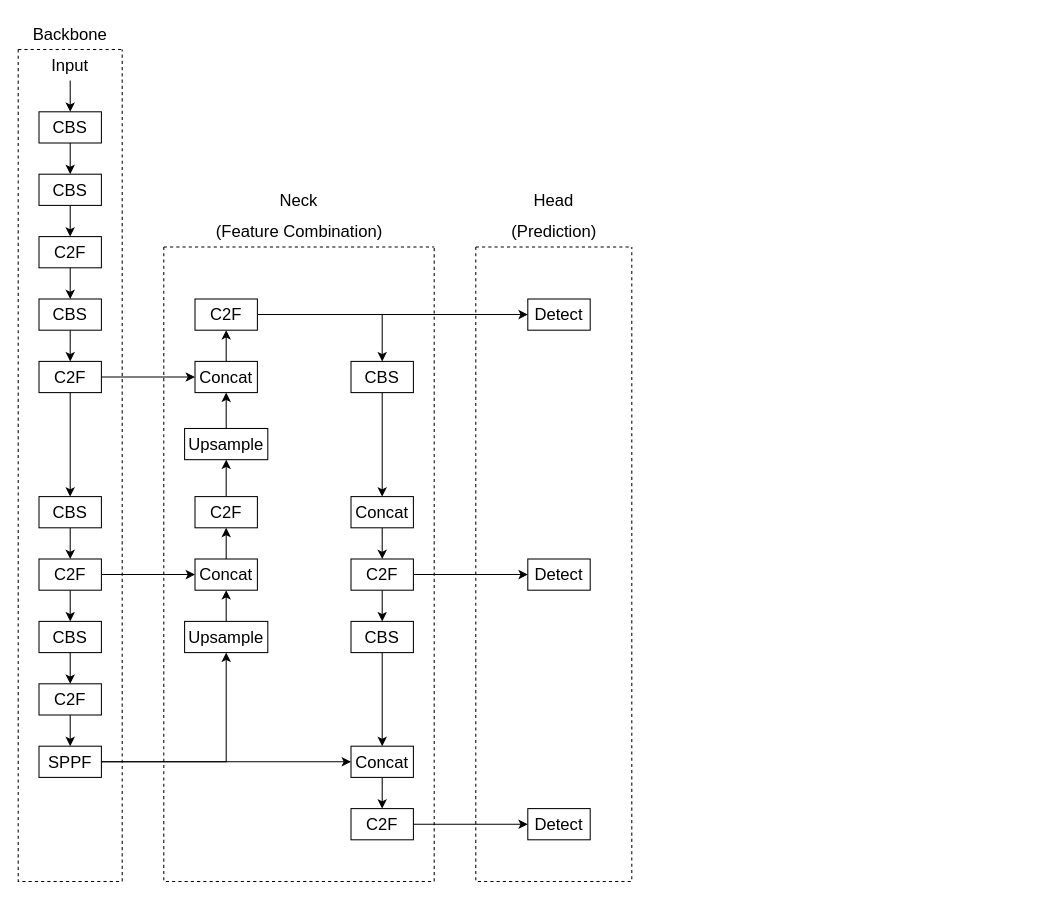
GDSFASF/ChatGPT-Next-Web keeps this draw.io diagram as 未命名绘图.drawio. Above is the earlier version. Source tidied: cells renumbered, new cells numbered last; positions are measured from the earlier drawing's top-left corner, leaving out a move shared by most shapes. Both pictures are drawn from the tidied source at 104%, with x=0, y=0 at pixel (18, 18).
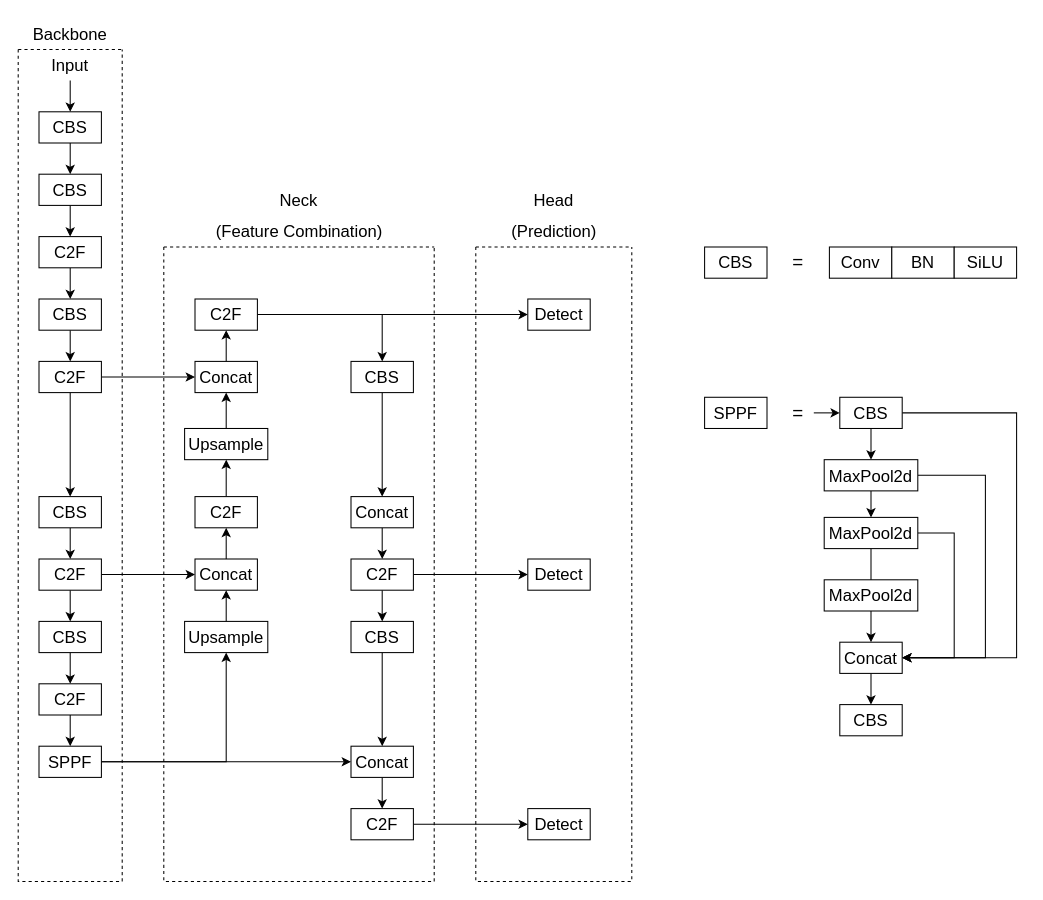
The same page after the edit.

Diff of the diagram source:
```diff
@@
+    <mxCell id="64" value="CBS" style="rounded=0;whiteSpace=wrap;html=1;fontSize=16;" parent="1" vertex="1">
+      <mxGeometry x="660" y="220" width="60" height="30" as="geometry" />
+    </mxCell>
+    <mxCell id="65" value="Conv" style="rounded=0;whiteSpace=wrap;html=1;fontSize=16;" parent="1" vertex="1">
+      <mxGeometry x="780" y="220" width="60" height="30" as="geometry" />
+    </mxCell>
+    <mxCell id="66" value="BN" style="rounded=0;whiteSpace=wrap;html=1;fontSize=16;" parent="1" vertex="1">
+      <mxGeometry x="840" y="220" width="60" height="30" as="geometry" />
+    </mxCell>
+    <mxCell id="67" value="SiLU" style="rounded=0;whiteSpace=wrap;html=1;fontSize=16;" parent="1" vertex="1">
+      <mxGeometry x="900" y="220" width="60" height="30" as="geometry" />
+    </mxCell>
+    <mxCell id="68" value="&lt;font style=&quot;font-size: 18px;&quot;&gt;=&lt;/font&gt;" style="text;html=1;align=center;verticalAlign=middle;whiteSpace=wrap;rounded=0;" parent="1" vertex="1">
+      <mxGeometry x="720" y="220" width="60" height="30" as="geometry" />
+    </mxCell>
+    <mxCell id="69" value="SPPF" style="rounded=0;whiteSpace=wrap;html=1;fontSize=16;" parent="1" vertex="1">
+      <mxGeometry x="660" y="364.5" width="60" height="30" as="geometry" />
+    </mxCell>
+    <mxCell id="70" style="edgeStyle=orthogonalEdgeStyle;rounded=0;jettySize=auto;html=1;exitX=1;exitY=0.5;exitDx=0;exitDy=0;entryX=0;entryY=0.5;entryDx=0;entryDy=0;" parent="1" edge="1" source="71" target="74">
+      <mxGeometry relative="1" as="geometry" />
+    </mxCell>
+    <mxCell id="71" value="&lt;font style=&quot;font-size: 18px;&quot;&gt;=&lt;/font&gt;" style="text;html=1;align=center;verticalAlign=middle;whiteSpace=wrap;rounded=0;" parent="1" vertex="1">
+      <mxGeometry x="735" y="364.5" width="30" height="30" as="geometry" />
+    </mxCell>
+    <mxCell id="72" style="edgeStyle=orthogonalEdgeStyle;rounded=0;jettySize=auto;html=1;exitX=0.5;exitY=1;exitDx=0;exitDy=0;entryX=0.5;entryY=0;entryDx=0;entryDy=0;" parent="1" edge="1" source="74" target="77">
+      <mxGeometry relative="1" as="geometry" />
+    </mxCell>
+    <mxCell id="73" style="edgeStyle=orthogonalEdgeStyle;rounded=0;jettySize=auto;html=1;exitX=1;exitY=0.5;exitDx=0;exitDy=0;entryX=1;entryY=0.5;entryDx=0;entryDy=0;" parent="1" edge="1" source="74" target="83">
+      <mxGeometry relative="1" as="geometry">
+        <Array as="points">
+          <mxPoint x="960" y="380" />
+          <mxPoint x="960" y="615" />
+        </Array>
+      </mxGeometry>
+    </mxCell>
+    <mxCell id="74" value="CBS" style="rounded=0;whiteSpace=wrap;html=1;fontSize=16;" parent="1" vertex="1">
+      <mxGeometry x="790" y="364.5" width="60" height="30" as="geometry" />
+    </mxCell>
+    <mxCell id="75" style="edgeStyle=orthogonalEdgeStyle;rounded=0;jettySize=auto;html=1;exitX=0.5;exitY=1;exitDx=0;exitDy=0;entryX=0.5;entryY=0;entryDx=0;entryDy=0;" parent="1" edge="1" source="77" target="80">
+      <mxGeometry relative="1" as="geometry" />
+    </mxCell>
+    <mxCell id="76" style="edgeStyle=orthogonalEdgeStyle;rounded=0;jettySize=auto;html=1;exitX=1;exitY=0.5;exitDx=0;exitDy=0;entryX=1;entryY=0.5;entryDx=0;entryDy=0;" parent="1" edge="1" source="77" target="83">
+      <mxGeometry relative="1" as="geometry">
+        <Array as="points">
+          <mxPoint x="930" y="440" />
+          <mxPoint x="930" y="615" />
+        </Array>
+      </mxGeometry>
+    </mxCell>
+    <mxCell id="77" value="MaxPool2d" style="rounded=0;whiteSpace=wrap;html=1;fontSize=16;" parent="1" vertex="1">
+      <mxGeometry x="775" y="424.5" width="90" height="30" as="geometry" />
+    </mxCell>
+    <mxCell id="78" style="edgeStyle=orthogonalEdgeStyle;rounded=0;jettySize=auto;html=1;" parent="1" edge="1" source="80" target="83">
+      <mxGeometry relative="1" as="geometry" />
+    </mxCell>
+    <mxCell id="79" style="edgeStyle=orthogonalEdgeStyle;rounded=0;jettySize=auto;html=1;exitX=1;exitY=0.5;exitDx=0;exitDy=0;entryX=1;entryY=0.5;entryDx=0;entryDy=0;" parent="1" edge="1" source="80" target="83">
+      <mxGeometry relative="1" as="geometry">
+        <Array as="points">
+          <mxPoint x="900" y="495" />
+          <mxPoint x="900" y="615" />
+        </Array>
+      </mxGeometry>
+    </mxCell>
+    <mxCell id="80" value="MaxPool2d" style="rounded=0;whiteSpace=wrap;html=1;fontSize=16;" parent="1" vertex="1">
+      <mxGeometry x="775" y="480" width="90" height="30" as="geometry" />
+    </mxCell>
+    <mxCell id="81" value="MaxPool2d" style="rounded=0;whiteSpace=wrap;html=1;fontSize=16;" parent="1" vertex="1">
+      <mxGeometry x="775" y="540" width="90" height="30" as="geometry" />
+    </mxCell>
+    <mxCell id="82" style="edgeStyle=orthogonalEdgeStyle;rounded=0;jettySize=auto;html=1;exitX=0.5;exitY=1;exitDx=0;exitDy=0;entryX=0.5;entryY=0;entryDx=0;entryDy=0;" parent="1" edge="1" source="83" target="84">
+      <mxGeometry relative="1" as="geometry" />
+    </mxCell>
+    <mxCell id="83" value="Concat" style="rounded=0;whiteSpace=wrap;html=1;fontSize=16;" parent="1" vertex="1">
+      <mxGeometry x="790" y="600" width="60" height="30" as="geometry" />
+    </mxCell>
+    <mxCell id="84" value="CBS" style="rounded=0;whiteSpace=wrap;html=1;fontSize=16;" parent="1" vertex="1">
+      <mxGeometry x="790" y="660" width="60" height="30" as="geometry" />
+    </mxCell>
```
